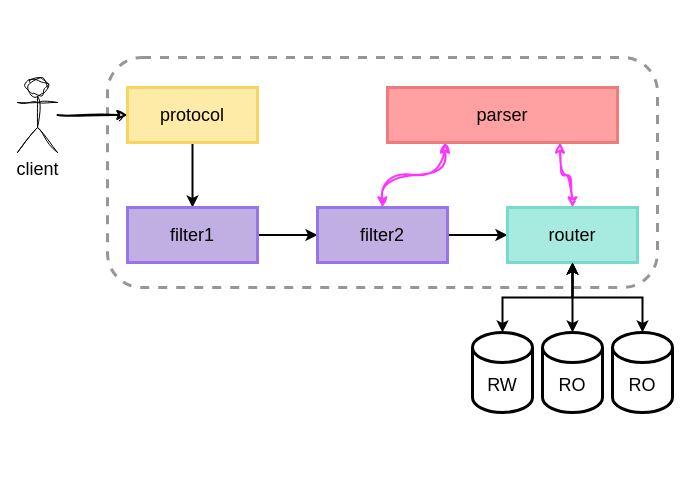
alchemy-lee/common-resource keeps this draw.io diagram as page "第 15 页" (15 of 18) of MaxScale.drawio. Above is the earlier version. Source tidied: cells renumbered, new cells numbered last; positions are measured from the earlier drawing's top-left corner, leaving out a move shared by most shapes. Both pictures are drawn from the tidied source at 100%, with x=0, y=0 at pixel (17, 57).
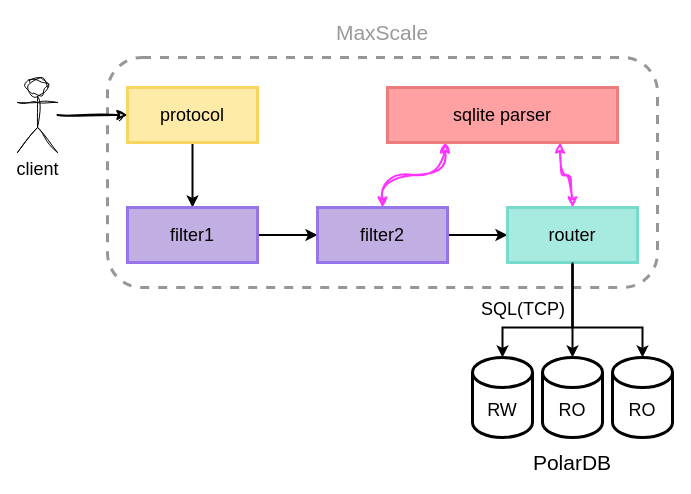
Above is the later version.

The change refers to these unchanged cells:
```xml
<mxCell id="13" value="&lt;font style=&quot;font-size: 18px;&quot; face=&quot;JetBrainsMonoNL Nerd Font Mono&quot;&gt;router&lt;/font&gt;" style="rounded=0;whiteSpace=wrap;html=1;fillColor=#a7eadf;strokeColor=#76dbca;strokeWidth=3;" parent="1" vertex="1">
  <mxGeometry x="490" y="150" width="130" height="55" as="geometry" />
</mxCell>
```

The edit, as a diff of the source:
```diff
@@
-    <mxCell id="3" style="edgeStyle=orthogonalEdgeStyle;rounded=0;jettySize=auto;html=1;startArrow=classic;startFill=1;strokeWidth=2;" parent="1" edge="1" source="4" target="13">
+    <mxCell id="3" style="edgeStyle=orthogonalEdgeStyle;rounded=0;jettySize=auto;html=1;startArrow=classic;startFill=1;strokeWidth=2;endArrow=none;endFill=0;" parent="1" edge="1" source="4" target="13">
       <mxGeometry relative="1" as="geometry">
         <Array as="points">
-          <mxPoint x="485" y="240" />
-          <mxPoint x="555" y="240" />
+          <mxPoint x="485" y="270" />
+          <mxPoint x="555" y="270" />
         </Array>
       </mxGeometry>
     </mxCell>
     <mxCell id="4" value="&lt;font style=&quot;font-size: 18px;&quot; face=&quot;JetBrainsMonoNL Nerd Font Mono&quot;&gt;RW&lt;/font&gt;" style="shape=cylinder3;whiteSpace=wrap;html=1;boundedLbl=1;backgroundOutline=1;size=15;strokeWidth=3;" parent="1" vertex="1">
-      <mxGeometry x="455" y="275" width="60" height="80" as="geometry" />
+      <mxGeometry x="455" y="300" width="60" height="80" as="geometry" />
     </mxCell>
@@
-    <mxCell id="12" style="edgeStyle=orthogonalEdgeStyle;rounded=0;jettySize=auto;html=1;strokeWidth=2;exitX=0.5;exitY=1;exitDx=0;exitDy=0;startArrow=classic;startFill=1;" parent="1" edge="1" source="13" target="16">
+    <mxCell id="12" style="edgeStyle=orthogonalEdgeStyle;rounded=0;jettySize=auto;html=1;strokeWidth=2;exitX=0.5;exitY=1;exitDx=0;exitDy=0;startArrow=none;startFill=0;endArrow=classic;endFill=1;" parent="1" edge="1" source="13" target="16">
       <mxGeometry relative="1" as="geometry" />
     </mxCell>
@@
-    <mxCell id="14" style="edgeStyle=orthogonalEdgeStyle;rounded=0;jettySize=auto;html=1;startArrow=classic;startFill=1;strokeWidth=2;endArrow=classic;endFill=1;" parent="1" edge="1" source="15" target="13">
+    <mxCell id="14" style="edgeStyle=orthogonalEdgeStyle;rounded=0;jettySize=auto;html=1;startArrow=classic;startFill=1;strokeWidth=2;endArrow=none;endFill=0;" parent="1" edge="1" source="15" target="13">
       <mxGeometry relative="1" as="geometry">
         <Array as="points">
-          <mxPoint x="625" y="240" />
-          <mxPoint x="555" y="240" />
+          <mxPoint x="625" y="270" />
+          <mxPoint x="555" y="270" />
         </Array>
       </mxGeometry>
     </mxCell>
     <mxCell id="15" value="&lt;font style=&quot;font-size: 18px;&quot; face=&quot;JetBrainsMonoNL Nerd Font Mono&quot;&gt;RO&lt;/font&gt;" style="shape=cylinder3;whiteSpace=wrap;html=1;boundedLbl=1;backgroundOutline=1;size=15;strokeWidth=3;" parent="1" vertex="1">
-      <mxGeometry x="595" y="275" width="60" height="80" as="geometry" />
+      <mxGeometry x="595" y="300" width="60" height="80" as="geometry" />
     </mxCell>
     <mxCell id="16" value="&lt;font style=&quot;font-size: 18px;&quot; face=&quot;JetBrainsMonoNL Nerd Font Mono&quot;&gt;RO&lt;/font&gt;" style="shape=cylinder3;whiteSpace=wrap;html=1;boundedLbl=1;backgroundOutline=1;size=15;strokeWidth=3;" parent="1" vertex="1">
-      <mxGeometry x="525" y="275" width="60" height="80" as="geometry" />
+      <mxGeometry x="525" y="300" width="60" height="80" as="geometry" />
     </mxCell>
-    <mxCell id="17" value="&lt;font style=&quot;font-size: 18px;&quot; face=&quot;JetBrainsMonoNL Nerd Font Mono&quot;&gt;parser&lt;/font&gt;" style="rounded=0;whiteSpace=wrap;html=1;fillColor=#ffa0a2;strokeColor=#ee7c7c;strokeWidth=3;" parent="1" vertex="1">
+    <mxCell id="17" value="&lt;font style=&quot;font-size: 18px;&quot; face=&quot;JetBrainsMonoNL Nerd Font Mono&quot;&gt;sqlite parser&lt;/font&gt;" style="rounded=0;whiteSpace=wrap;html=1;fillColor=#ffa0a2;strokeColor=#ee7c7c;strokeWidth=3;" parent="1" vertex="1">
       <mxGeometry x="370" y="30" width="230" height="55" as="geometry" />
     </mxCell>
@@
+    <mxCell id="21" value="&lt;font face=&quot;JetBrainsMonoNL Nerd Font Mono&quot; style=&quot;font-size: 18px;&quot;&gt;SQL(TCP)&lt;br&gt;&lt;/font&gt;" style="text;html=1;strokeColor=none;fillColor=none;align=center;verticalAlign=middle;whiteSpace=wrap;rounded=0;" parent="1" vertex="1">
+      <mxGeometry x="456" y="237" width="100" height="30" as="geometry" />
+    </mxCell>
+    <mxCell id="22" value="&lt;font face=&quot;JetBrainsMonoNL Nerd Font Mono&quot; style=&quot;&quot;&gt;&lt;font style=&quot;font-size: 21px;&quot; color=&quot;#999999&quot;&gt;MaxScale&lt;/font&gt;&lt;br&gt;&lt;/font&gt;" style="text;html=1;strokeColor=none;fillColor=none;align=center;verticalAlign=middle;whiteSpace=wrap;rounded=0;" parent="1" vertex="1">
+      <mxGeometry x="315" y="-40" width="100" height="30" as="geometry" />
+    </mxCell>
+    <mxCell id="23" value="&lt;font face=&quot;JetBrainsMonoNL Nerd Font Mono&quot; style=&quot;&quot;&gt;&lt;font style=&quot;font-size: 21px;&quot;&gt;PolarDB&lt;/font&gt;&lt;br&gt;&lt;/font&gt;" style="text;html=1;strokeColor=none;fillColor=none;align=center;verticalAlign=middle;whiteSpace=wrap;rounded=0;" parent="1" vertex="1">
+      <mxGeometry x="505" y="390" width="100" height="30" as="geometry" />
+    </mxCell>
```
